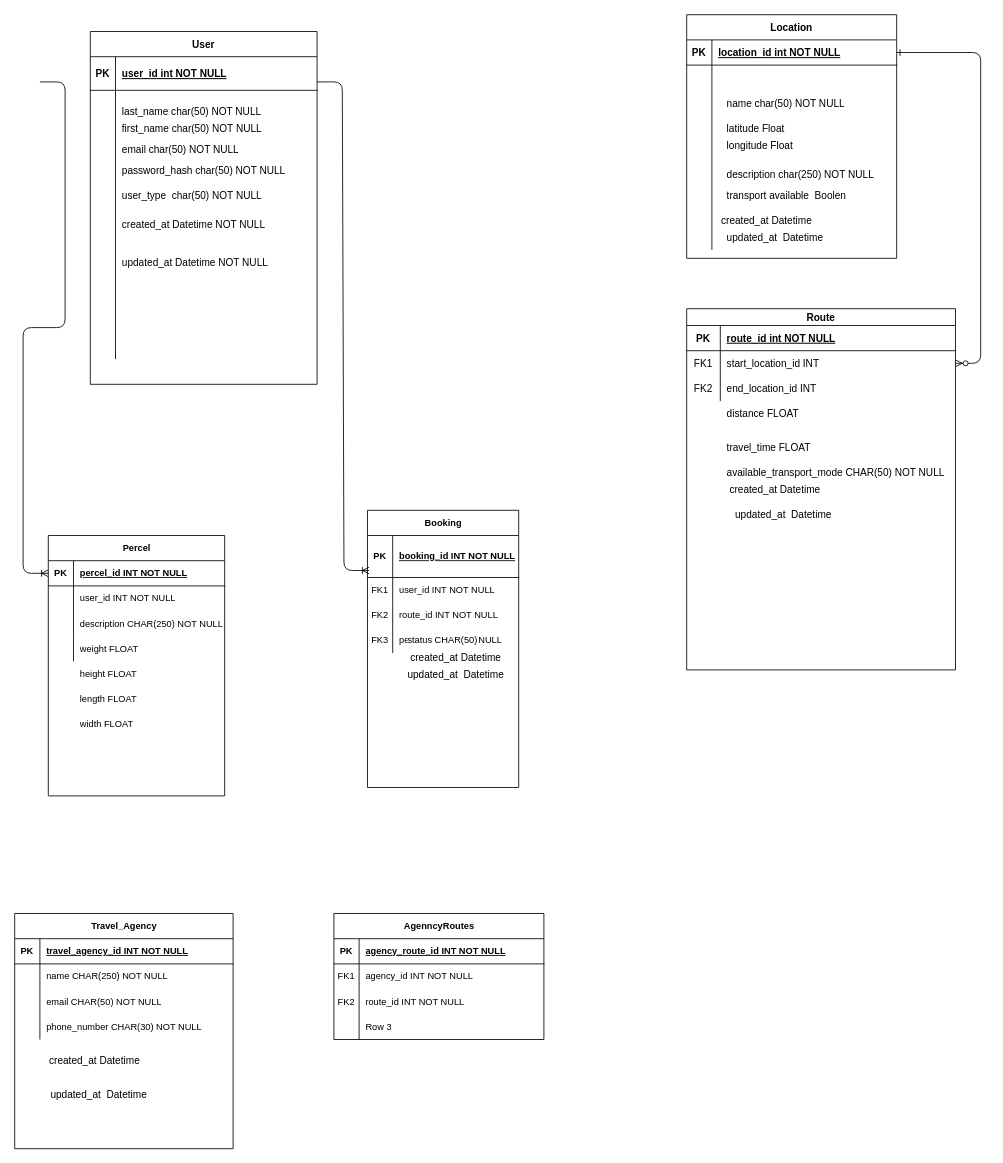
Before: Untitled Diagram.drawio in OumaSylvester/NewspaperApp, a draw.io diagram. Source tidied: cells renumbered, new cells numbered last; positions are measured from the earlier drawing's top-left corner, leaving out a move shared by most shapes. Both pictures are drawn from the tidied source at 84%, with x=0, y=0 at pixel (14, 14).
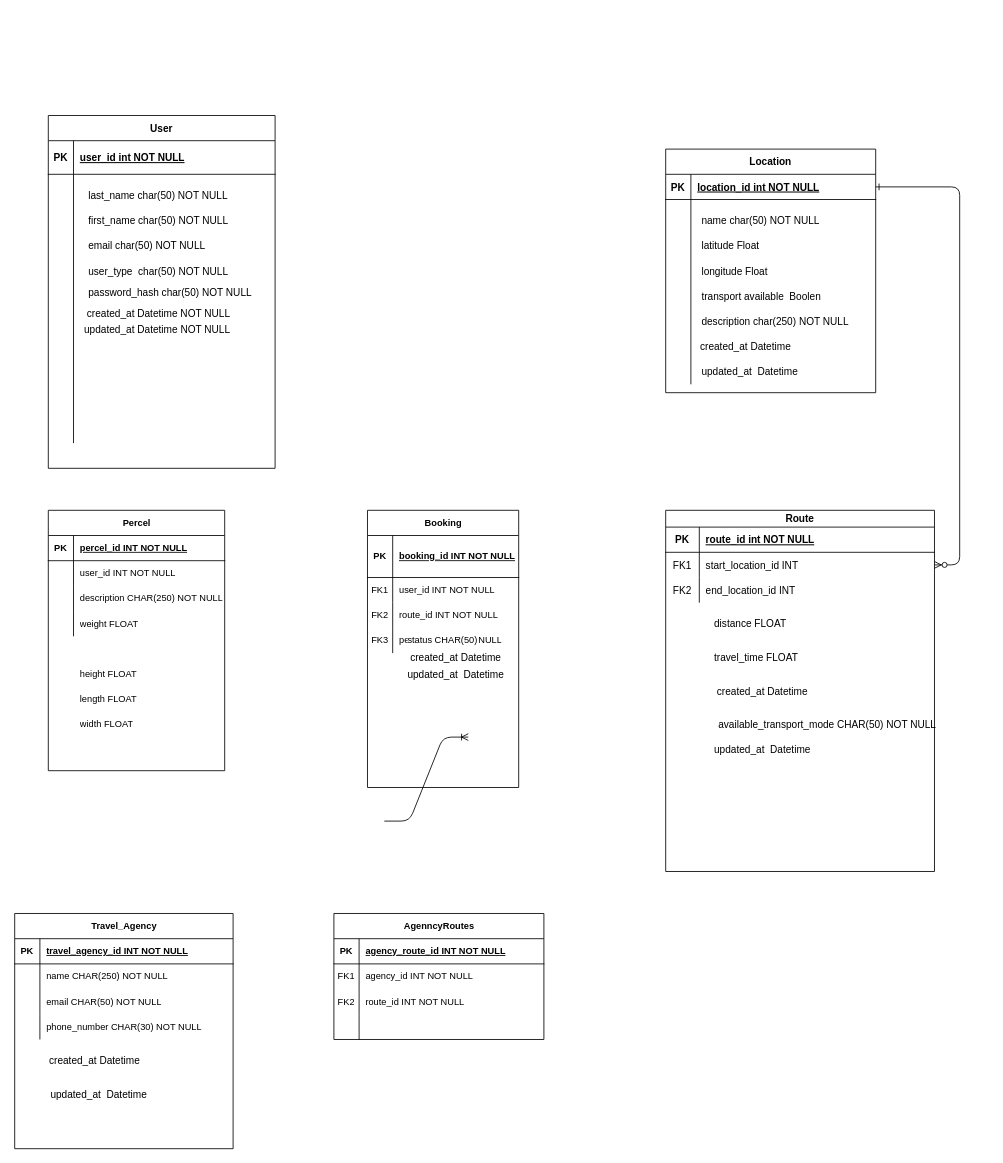
The same page after the edit.

The change refers to these unchanged cells:
```xml
<mxCell id="27" style="shape=partialRectangle;fillColor=none;top=0;left=0;right=0;bottom=0;" parent="23" vertex="1">
  <mxGeometry y="70" width="270" height="320" as="geometry" />
</mxCell>
<mxCell id="47" style="shape=tableRow;horizontal=0;startSize=0;swimlaneHead=0;swimlaneBody=0;fillColor=none;points=[[0,0.5],[1,0.5]];portConstraint=eastwest;top=0;left=0;right=0;bottom=1;fontFamily=Helvetica;fontSize=11;fontColor=default;labelBackgroundColor=default;" parent="46" vertex="1">
  <mxGeometry y="30" width="180" height="50" as="geometry" />
</mxCell>
<mxCell id="66" style="shape=tableRow;horizontal=0;startSize=0;swimlaneHead=0;swimlaneBody=0;fillColor=none;points=[[0,0.5],[1,0.5]];portConstraint=eastwest;top=0;left=0;right=0;bottom=1;fontFamily=Helvetica;fontSize=11;fontColor=default;labelBackgroundColor=default;" parent="65" vertex="1">
  <mxGeometry y="30" width="210" height="30" as="geometry" />
</mxCell>
<mxCell id="107" style="shape=tableRow;horizontal=0;startSize=0;swimlaneHead=0;swimlaneBody=0;fillColor=none;top=0;left=0;right=0;bottom=0;fontFamily=Helvetica;fontSize=11;fontColor=default;labelBackgroundColor=default;" parent="97" vertex="1">
  <mxGeometry y="120" width="250" height="30" as="geometry" />
</mxCell>
```

What changed in the source:
```diff
@@
     <mxCell id="3" value="Location" style="shape=table;startSize=30;childLayout=tableLayout;rowLines=0;fontStyle=1;align=center;" parent="1" vertex="1">
-      <mxGeometry x="800" width="250" height="290" as="geometry" />
+      <mxGeometry x="775" y="160" width="250" height="290" as="geometry" />
     </mxCell>
@@
     <mxCell id="13" value="Route" style="shape=table;startSize=20;childLayout=tableLayout;rowLines=0;fontStyle=1;align=center;" parent="1" vertex="1">
-      <mxGeometry x="800" y="350" width="320" height="430" as="geometry" />
+      <mxGeometry x="775" y="590" width="320" height="430" as="geometry" />
     </mxCell>
@@
     <mxCell id="23" value="User" style="shape=table;startSize=30;childLayout=tableLayout;rowLines=0;fontStyle=1;align=center;" parent="1" vertex="1">
-      <mxGeometry x="90" y="20" width="270" height="420" as="geometry" />
+      <mxGeometry x="40" y="120" width="270" height="420" as="geometry" />
     </mxCell>
@@
-    <mxCell id="29" value="created_at Datetime NOT NULL" style="shape=partialRectangle;overflow=hidden;fillColor=none;top=0;left=0;bottom=0;right=0;align=left;spacingLeft=6;" parent="27" vertex="1">
+    <mxCell id="29" style="shape=partialRectangle;overflow=hidden;fillColor=none;top=0;left=0;bottom=0;right=0;align=left;spacingLeft=6;" parent="27" vertex="1">
       <mxGeometry x="30" width="240" height="320" as="geometry" />
     </mxCell>
     <mxCell id="30" value="last_name char(50) NOT NULL" style="shape=partialRectangle;overflow=hidden;fillColor=none;top=0;left=0;bottom=0;right=0;align=left;spacingLeft=6;" parent="1" vertex="1">
-      <mxGeometry x="120" y="100" width="220" height="30" as="geometry" />
+      <mxGeometry x="80" y="200" width="220" height="30" as="geometry" />
     </mxCell>
     <mxCell id="31" value="email char(50) NOT NULL" style="shape=partialRectangle;overflow=hidden;fillColor=none;top=0;left=0;bottom=0;right=0;align=left;spacingLeft=6;" parent="1" vertex="1">
-      <mxGeometry x="120" y="145" width="210" height="30" as="geometry" />
+      <mxGeometry x="80" y="260" width="210" height="30" as="geometry" />
     </mxCell>
     <mxCell id="32" value="user_type  char(50) NOT NULL" style="shape=partialRectangle;overflow=hidden;fillColor=none;top=0;left=0;bottom=0;right=0;align=left;spacingLeft=6;" parent="1" vertex="1">
-      <mxGeometry x="120" y="200" width="220" height="30" as="geometry" />
+      <mxGeometry x="80" y="290" width="220" height="30" as="geometry" />
     </mxCell>
     <mxCell id="33" value="password_hash char(50) NOT NULL" style="shape=partialRectangle;overflow=hidden;fillColor=none;top=0;left=0;bottom=0;right=0;align=left;spacingLeft=6;" parent="1" vertex="1">
-      <mxGeometry x="120" y="170" width="220" height="30" as="geometry" />
+      <mxGeometry x="80" y="315" width="220" height="30" as="geometry" />
     </mxCell>
     <mxCell id="34" value="first_name char(50) NOT NULL" style="shape=partialRectangle;overflow=hidden;fillColor=none;top=0;left=0;bottom=0;right=0;align=left;spacingLeft=6;" parent="1" vertex="1">
-      <mxGeometry x="120" y="120" width="220" height="30" as="geometry" />
+      <mxGeometry x="80" y="230" width="220" height="30" as="geometry" />
     </mxCell>
     <mxCell id="35" value="updated_at Datetime NOT NULL" style="shape=partialRectangle;overflow=hidden;fillColor=none;top=0;left=0;bottom=0;right=0;align=left;spacingLeft=6;" parent="1" vertex="1">
-      <mxGeometry x="120" y="280" width="220" height="30" as="geometry" />
+      <mxGeometry x="75" y="360" width="220" height="30" as="geometry" />
     </mxCell>
     <mxCell id="36" value="name char(50) NOT NULL" style="shape=partialRectangle;overflow=hidden;fillColor=none;top=0;left=0;bottom=0;right=0;align=left;spacingLeft=6;" parent="1" vertex="1">
-      <mxGeometry x="840" y="90" width="220" height="30" as="geometry" />
+      <mxGeometry x="810" y="230" width="220" height="30" as="geometry" />
     </mxCell>
     <mxCell id="37" value="latitude Float" style="shape=partialRectangle;overflow=hidden;fillColor=none;top=0;left=0;bottom=0;right=0;align=left;spacingLeft=6;" parent="1" vertex="1">
-      <mxGeometry x="840" y="120" width="220" height="30" as="geometry" />
+      <mxGeometry x="810" y="260" width="220" height="30" as="geometry" />
     </mxCell>
     <mxCell id="38" value="longitude Float" style="shape=partialRectangle;overflow=hidden;fillColor=none;top=0;left=0;bottom=0;right=0;align=left;spacingLeft=6;" parent="1" vertex="1">
-      <mxGeometry x="840" y="140" width="220" height="30" as="geometry" />
+      <mxGeometry x="810" y="290" width="220" height="30" as="geometry" />
     </mxCell>
     <mxCell id="39" value="description char(250) NOT NULL" style="shape=partialRectangle;overflow=hidden;fillColor=none;top=0;left=0;bottom=0;right=0;align=left;spacingLeft=6;" parent="1" vertex="1">
-      <mxGeometry x="840" y="175" width="220" height="30" as="geometry" />
+      <mxGeometry x="810" y="350" width="220" height="30" as="geometry" />
     </mxCell>
     <mxCell id="40" value="transport available  Boolen" style="shape=partialRectangle;overflow=hidden;fillColor=none;top=0;left=0;bottom=0;right=0;align=left;spacingLeft=6;" parent="1" vertex="1">
-      <mxGeometry x="840" y="200" width="220" height="30" as="geometry" />
+      <mxGeometry x="810" y="320" width="220" height="30" as="geometry" />
     </mxCell>
     <mxCell id="41" value=" created_at Datetime" style="shape=partialRectangle;overflow=hidden;fillColor=none;top=0;left=0;bottom=0;right=0;align=left;spacingLeft=6;" parent="1" vertex="1">
-      <mxGeometry x="830" y="230" width="220" height="30" as="geometry" />
+      <mxGeometry x="805" y="380" width="220" height="30" as="geometry" />
     </mxCell>
     <mxCell id="42" value="updated_at  Datetime" style="shape=partialRectangle;overflow=hidden;fillColor=none;top=0;left=0;bottom=0;right=0;align=left;spacingLeft=6;" parent="1" vertex="1">
-      <mxGeometry x="840" y="250" width="220" height="30" as="geometry" />
+      <mxGeometry x="810" y="410" width="220" height="30" as="geometry" />
     </mxCell>
     <mxCell id="43" value="distance FLOAT" style="shape=partialRectangle;overflow=hidden;fillColor=none;top=0;left=0;bottom=0;right=0;align=left;spacingLeft=6;" parent="1" vertex="1">
-      <mxGeometry x="840" y="460" width="220" height="30" as="geometry" />
+      <mxGeometry x="825" y="710" width="220" height="30" as="geometry" />
     </mxCell>
     <mxCell id="44" value="travel_time FLOAT" style="shape=partialRectangle;overflow=hidden;fillColor=none;top=0;left=0;bottom=0;right=0;align=left;spacingLeft=6;" parent="1" vertex="1">
-      <mxGeometry x="840" y="500" width="220" height="30" as="geometry" />
+      <mxGeometry x="825" y="750" width="220" height="30" as="geometry" />
     </mxCell>
     <mxCell id="45" value="available_transport_mode CHAR(50) NOT NULL" style="shape=partialRectangle;overflow=hidden;fillColor=none;top=0;left=0;bottom=0;right=0;align=left;spacingLeft=6;" parent="1" vertex="1">
-      <mxGeometry x="840" y="530" width="270" height="30" as="geometry" />
+      <mxGeometry x="830" y="830" width="270" height="30" as="geometry" />
     </mxCell>
@@
     <mxCell id="62" value=" created_at Datetime" style="shape=partialRectangle;overflow=hidden;fillColor=none;top=0;left=0;bottom=0;right=0;align=left;spacingLeft=6;" parent="1" vertex="1">
-      <mxGeometry x="840" y="550" width="220" height="30" as="geometry" />
+      <mxGeometry x="825" y="790" width="220" height="30" as="geometry" />
     </mxCell>
     <mxCell id="63" value="updated_at  Datetime" style="shape=partialRectangle;overflow=hidden;fillColor=none;top=0;left=0;bottom=0;right=0;align=left;spacingLeft=6;" parent="1" vertex="1">
-      <mxGeometry x="850" y="580" width="220" height="30" as="geometry" />
+      <mxGeometry x="825" y="860" width="220" height="30" as="geometry" />
     </mxCell>
-    <mxCell id="64" style="edgeStyle=entityRelationEdgeStyle;fontSize=12;html=1;endArrow=ERoneToMany;rounded=1;strokeColor=default;align=center;verticalAlign=middle;fontFamily=Helvetica;fontColor=default;labelBackgroundColor=default;entryX=0.011;entryY=0.833;entryDx=0;entryDy=0;entryPerimeter=0;" parent="1" edge="1" target="47">
-      <mxGeometry relative="1" as="geometry">
-        <mxPoint x="360" y="80" as="sourcePoint" />
-        <Array as="points">
-          <mxPoint x="360" y="500" />
-          <mxPoint x="370" y="360" />
-          <mxPoint x="380" y="360" />
-          <mxPoint x="390" y="360" />
-          <mxPoint x="380" y="370" />
-        </Array>
-      </mxGeometry>
-    </mxCell>
     <mxCell id="65" value="Percel" style="shape=table;startSize=30;childLayout=tableLayout;rowLines=0;fontStyle=1;align=center;html=1;fontFamily=Helvetica;fontSize=11;fontColor=default;labelBackgroundColor=default;" parent="1" vertex="1">
-      <mxGeometry x="40" y="620" width="210" height="310" as="geometry" />
+      <mxGeometry x="40" y="590" width="210" height="310" as="geometry" />
     </mxCell>
@@
-    <mxCell id="81" style="fontSize=12;html=1;endArrow=ERoneToMany;rounded=1;strokeColor=default;align=center;verticalAlign=middle;fontFamily=Helvetica;fontColor=default;labelBackgroundColor=default;edgeStyle=entityRelationEdgeStyle;entryX=0;entryY=0.5;entryDx=0;entryDy=0;" parent="1" edge="1" target="66">
-      <mxGeometry relative="1" as="geometry">
-        <mxPoint x="30" y="80" as="sourcePoint" />
-      </mxGeometry>
-    </mxCell>
@@
-    <mxCell id="109" value="Row 3" style="shape=partialRectangle;fillColor=none;top=0;left=0;bottom=0;right=0;align=left;spacingLeft=6;overflow=hidden;whiteSpace=wrap;html=1;fontFamily=Helvetica;fontSize=11;fontColor=default;labelBackgroundColor=default;" parent="107" vertex="1">
+    <mxCell id="109" style="shape=partialRectangle;fillColor=none;top=0;left=0;bottom=0;right=0;align=left;spacingLeft=6;overflow=hidden;whiteSpace=wrap;html=1;fontFamily=Helvetica;fontSize=11;fontColor=default;labelBackgroundColor=default;" parent="107" vertex="1">
       <mxGeometry x="30" width="220" height="30" as="geometry" />
     </mxCell>
+    <mxCell id="110" style="edgeStyle=entityRelationEdgeStyle;fontSize=12;html=1;endArrow=ERoneToMany;rounded=1;strokeColor=default;align=center;verticalAlign=middle;fontFamily=Helvetica;fontColor=default;labelBackgroundColor=default;" parent="1" edge="1">
+      <mxGeometry relative="1" as="geometry">
+        <mxPoint x="440" y="960" as="sourcePoint" />
+        <mxPoint x="540" y="860" as="targetPoint" />
+      </mxGeometry>
+    </mxCell>
+    <mxCell id="111" value=" created_at Datetime NOT NULL" style="shape=partialRectangle;overflow=hidden;fillColor=none;top=0;left=0;bottom=0;right=0;align=left;spacingLeft=6;" parent="1" vertex="1">
+      <mxGeometry x="75" y="340" width="220" height="30" as="geometry" />
+    </mxCell>
```
